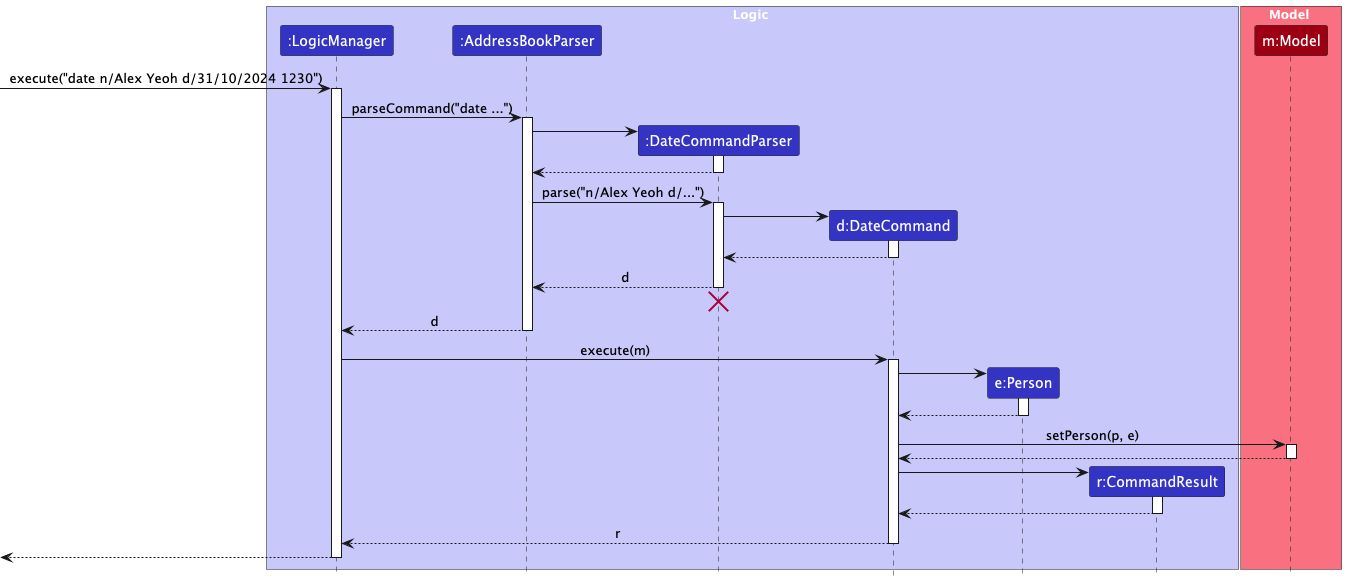
Above: docs/images/DateSequenceDiagram.png in nus-cs2103-AY2425S1/tp (PlantUML), before the change.
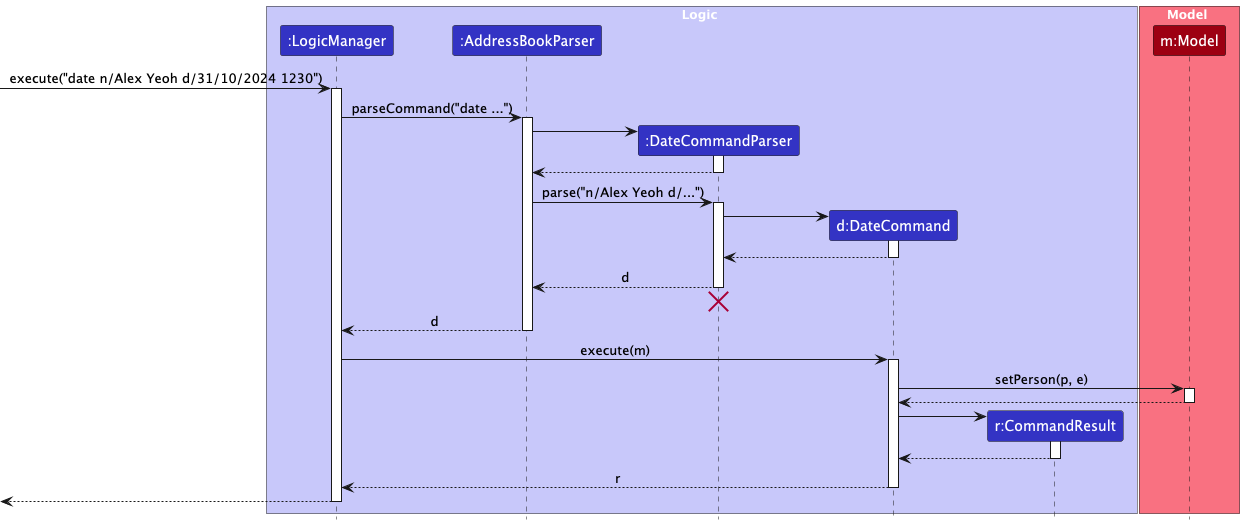
Above is the later version.

Commit message:
Update sequence diagrams in dg

What changed in the source:
```diff
@@ -7,7 +7,6 @@
 participant ":AddressBookParser" as AddressBookParser LOGIC_COLOR
 participant ":DateCommandParser" as DateCommandParser LOGIC_COLOR
 participant "d:DateCommand" as DateCommand LOGIC_COLOR
-participant "e:Person" as Person LOGIC_COLOR
 participant "r:CommandResult" as CommandResult LOGIC_COLOR
 end box
 
@@ -49,13 +48,6 @@
 LogicManager -> DateCommand : execute(m)
 activate DateCommand
 
-create Person
-DateCommand -> Person
-activate Person
-
-Person --> DateCommand
-deactivate Person
-
 DateCommand -> Model : setPerson(p, e)
 activate Model
 
```
